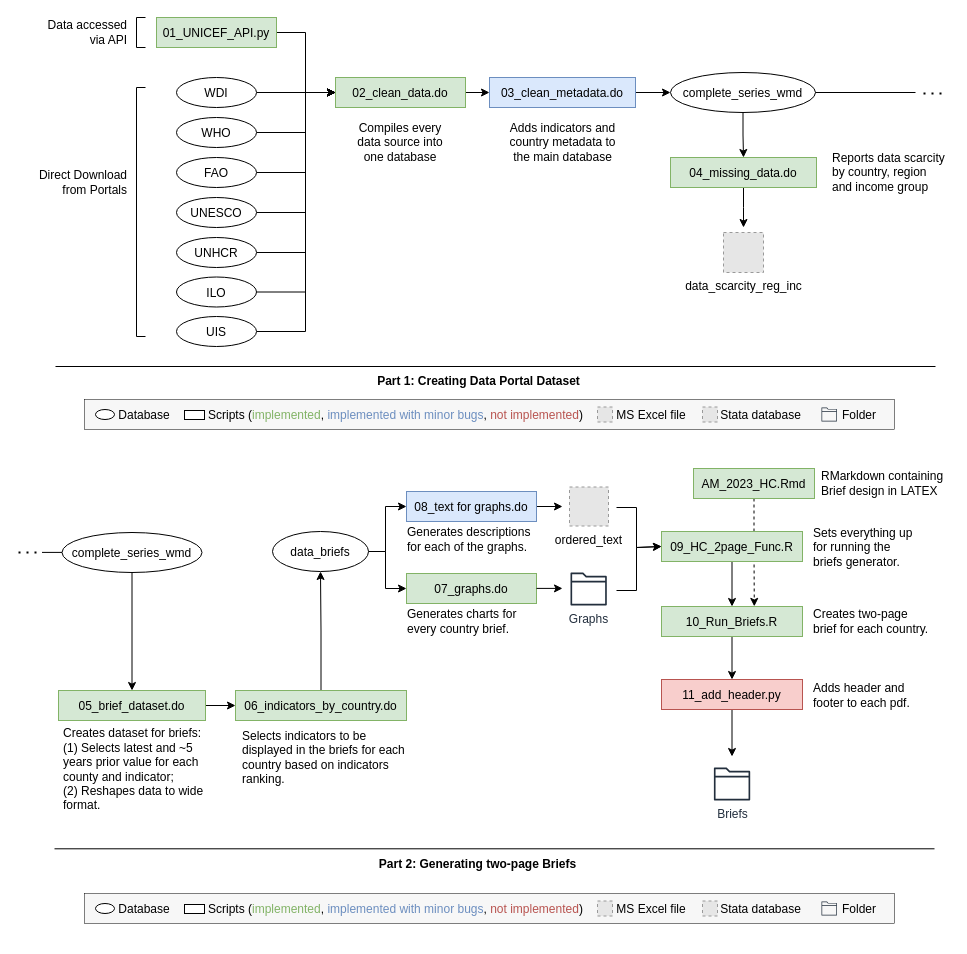
Queeno11/Data-Portal-Brief-Generator keeps this draw.io diagram as Sources/UML long.drawio. Above is the earlier version. Source tidied: cells renumbered, new cells numbered last; positions are measured from the earlier drawing's top-left corner, leaving out a move shared by most shapes. Both pictures are drawn from the tidied source at 100%, with x=0, y=0 at pixel (18, 17). Pictures stored in the file or linked from it are replaced by grey dashed boxes.
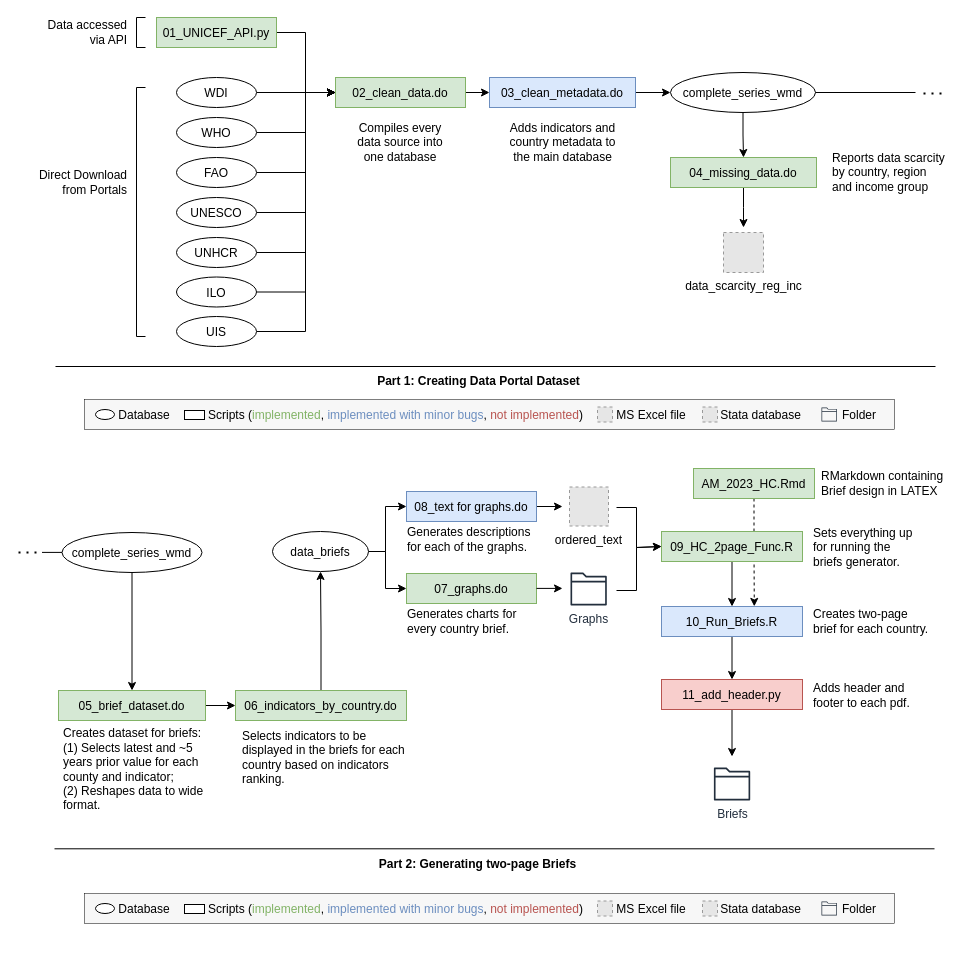
The same diagram, later.

Change to the diagram source:
```diff
@@
-    <mxCell id="70" value="10_Run_Briefs.R" style="fillColor=#d5e8d4;strokeColor=#82b366;" parent="1" vertex="1">
+    <mxCell id="70" value="10_Run_Briefs.R" style="fillColor=#dae8fc;strokeColor=#6c8ebf;" parent="1" vertex="1">
       <mxGeometry x="643" y="589" width="141" height="30" as="geometry" />
     </mxCell>
```
